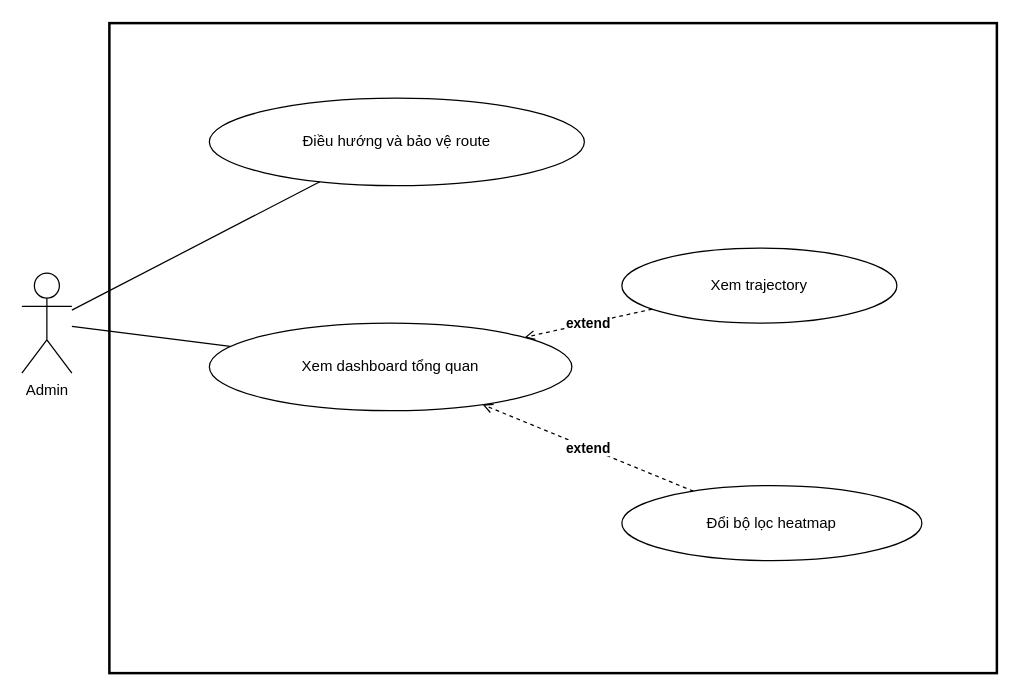
sangnp-s-organiztion/food-market-narrator keeps this draw.io diagram as page "Chi tiết - Dashboard và analytics" (3 of 9) of docs/diagram/usecase/admin/usecase_admin.drawio. Above is the earlier version. Source tidied: cells renumbered, new cells numbered last; positions are measured from the earlier drawing's top-left corner, leaving out a move shared by most shapes. Both pictures are drawn from the tidied source at 125%, with x=0, y=0 at pixel (21, 22).
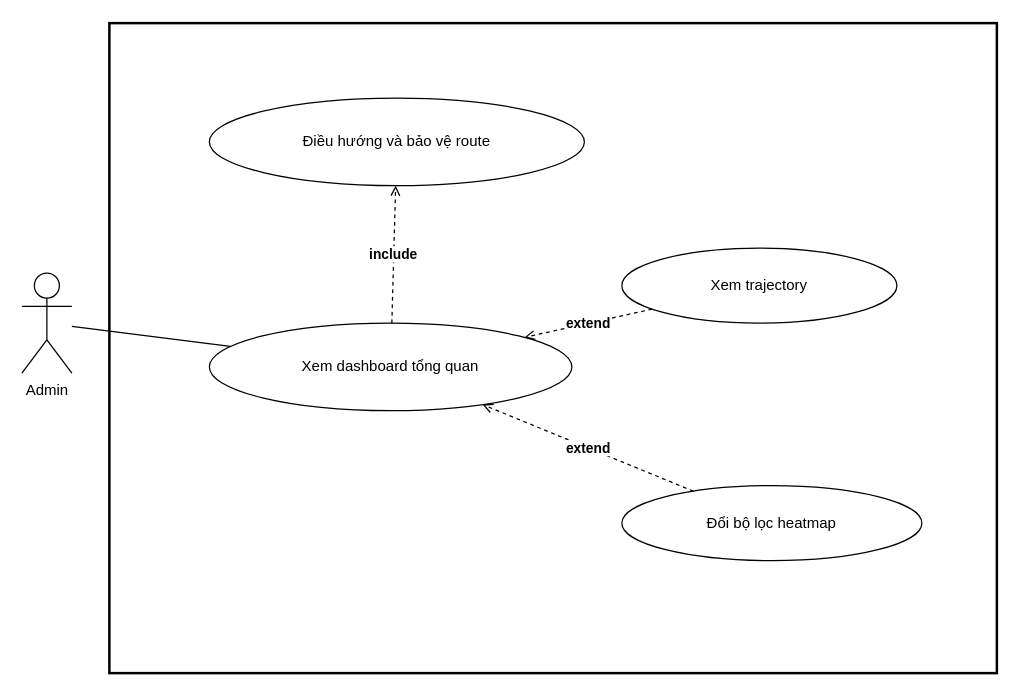
After the change.

The edit, as a diff of the source:
```diff
@@
 <mxGraphModel>
   <root>
     <mxCell id="0" />
     <mxCell id="1" parent="0" />
     <mxCell id="2" value="Admin" style="shape=umlActor;verticalLabelPosition=bottom;verticalAlign=top;html=1;" parent="1" vertex="1">
       <mxGeometry y="200" width="40" height="80" as="geometry" />
     </mxCell>
     <mxCell id="3" style="rounded=0;whiteSpace=wrap;html=1;strokeWidth=2;fillColor=none;" parent="1" vertex="1">
       <mxGeometry x="70" width="710" height="520" as="geometry" />
     </mxCell>
     <mxCell id="4" value="Điều hướng và bảo vệ route" style="ellipse;whiteSpace=wrap;html=1;" parent="1" vertex="1">
       <mxGeometry x="150" y="60" width="300" height="70" as="geometry" />
     </mxCell>
     <mxCell id="5" value="Xem dashboard tổng quan" style="ellipse;whiteSpace=wrap;html=1;" parent="1" vertex="1">
       <mxGeometry x="150" y="240" width="290" height="70" as="geometry" />
     </mxCell>
     <mxCell id="6" value="Đổi bộ lọc heatmap" style="ellipse;whiteSpace=wrap;html=1;" parent="1" vertex="1">
       <mxGeometry x="480" y="370" width="240" height="60" as="geometry" />
     </mxCell>
     <mxCell id="7" value="Xem trajectory" style="ellipse;whiteSpace=wrap;html=1;" parent="1" vertex="1">
       <mxGeometry x="480" y="180" width="220" height="60" as="geometry" />
     </mxCell>
-    <mxCell id="8" style="endArrow=none;html=1;" parent="1" edge="1" source="2" target="4">
-      <mxGeometry relative="1" as="geometry" />
-    </mxCell>
     <mxCell id="9" style="endArrow=none;html=1;" parent="1" edge="1" source="2" target="5">
       <mxGeometry relative="1" as="geometry" />
     </mxCell>
     <mxCell id="10" value="extend" style="dashed=1;endArrow=open;html=1;fontStyle=1;" parent="1" edge="1" source="6" target="5">
       <mxGeometry relative="1" as="geometry" />
     </mxCell>
     <mxCell id="11" value="extend" style="dashed=1;endArrow=open;html=1;fontStyle=1;" parent="1" edge="1" source="7" target="5">
       <mxGeometry relative="1" as="geometry" />
     </mxCell>
+    <mxCell id="12" value="include" style="dashed=1;endArrow=open;html=1;fontStyle=1;" parent="1" edge="1" source="5" target="4">
+      <mxGeometry relative="1" as="geometry" />
+    </mxCell>
   </root>
 </mxGraphModel>
```
